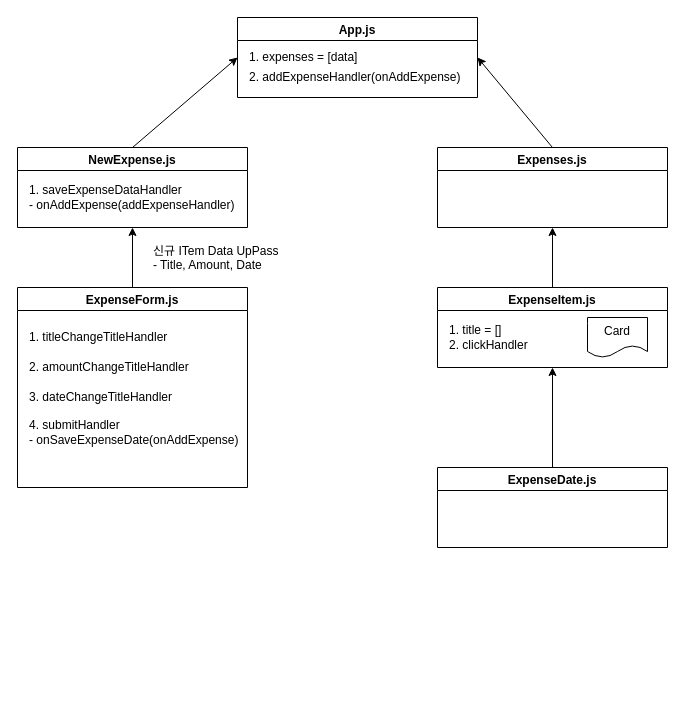
Before: Expense.drawio in Hwbsy-14sa/Expense_Chart_feat.udemyOnline, a draw.io diagram. Source tidied: cells renumbered, new cells numbered last; positions are measured from the earlier drawing's top-left corner, leaving out a move shared by most shapes. Both pictures are drawn from the tidied source at 100%, with x=0, y=0 at pixel (17, 17).
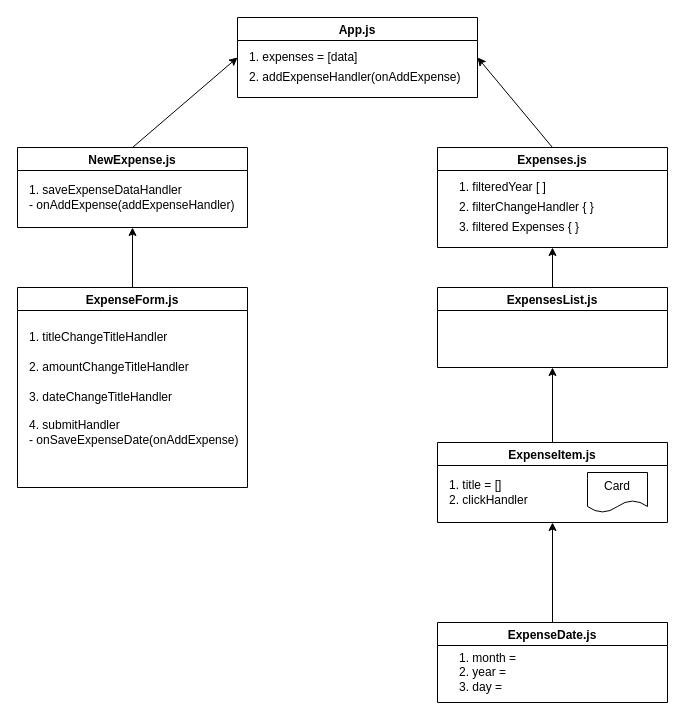
After the change.

Commit message (it also covers changes not shown here):
조건부 렌더링 New Add Expense 추가

What changed in the source:
```diff
@@
     <mxCell id="14" value="ExpenseItem.js" style="swimlane;" parent="1" vertex="1">
-      <mxGeometry x="420" y="270" width="230" height="80" as="geometry" />
+      <mxGeometry x="420" y="425" width="230" height="80" as="geometry" />
     </mxCell>
@@
     <mxCell id="17" value="Expenses.js" style="swimlane;" parent="1" vertex="1">
-      <mxGeometry x="420" y="130" width="230" height="80" as="geometry" />
+      <mxGeometry x="420" y="130" width="230" height="100" as="geometry" />
     </mxCell>
+    <mxCell id="23" value="2. filterChangeHandler { }" style="text;html=1;align=left;verticalAlign=middle;strokeColor=none;fillColor=none;" parent="17" vertex="1">
+      <mxGeometry x="20" y="50" width="150" height="20" as="geometry" />
+    </mxCell>
+    <mxCell id="24" value="3. filtered Expenses { }" style="text;html=1;align=left;verticalAlign=middle;strokeColor=none;fillColor=none;" parent="17" vertex="1">
+      <mxGeometry x="20" y="70" width="140" height="20" as="geometry" />
+    </mxCell>
+    <mxCell id="25" value="1. filteredYear [ ]" style="text;html=1;align=left;verticalAlign=middle;strokeColor=none;fillColor=none;" parent="17" vertex="1">
+      <mxGeometry x="20" y="30" width="100" height="20" as="geometry" />
+    </mxCell>
     <mxCell id="18" value="ExpenseDate.js" style="swimlane;" parent="1" vertex="1">
-      <mxGeometry x="420" y="450" width="230" height="80" as="geometry" />
+      <mxGeometry x="420" y="605" width="230" height="80" as="geometry" />
     </mxCell>
+    <mxCell id="26" value="1. month =&lt;br&gt;2. year =&lt;br&gt;3. day =" style="text;html=1;align=left;verticalAlign=middle;strokeColor=none;fillColor=none;" parent="18" vertex="1">
+      <mxGeometry x="20" y="25" width="70" height="50" as="geometry" />
+    </mxCell>
@@
-    <mxCell id="20" style="endArrow=classic;html=1;rounded=0;entryX=0.5;entryY=1;entryDx=0;entryDy=0;exitX=0.5;exitY=0;exitDx=0;exitDy=0;" parent="1" edge="1" source="14" target="17">
+    <mxCell id="20" style="endArrow=classic;html=1;rounded=0;exitX=0.5;exitY=0;exitDx=0;exitDy=0;entryX=0.5;entryY=1;entryDx=0;entryDy=0;" parent="1" edge="1" source="14" target="27">
       <mxGeometry relative="1" as="geometry" />
     </mxCell>
@@
-    <mxCell id="22" value="신규 ITem Data UpPass&#10;- Title, Amount, Date" style="text;strokeColor=none;fillColor=none;spacingLeft=4;spacingRight=4;overflow=hidden;fontSize=12;" parent="1" vertex="1">
-      <mxGeometry x="130" y="220" width="140" height="40" as="geometry" />
-    </mxCell>
+    <mxCell id="27" value="ExpensesList.js" style="swimlane;" parent="1" vertex="1">
+      <mxGeometry x="420" y="270" width="230" height="80" as="geometry" />
+    </mxCell>
+    <mxCell id="28" style="endArrow=classic;html=1;rounded=0;exitX=0.5;exitY=0;exitDx=0;exitDy=0;entryX=0.5;entryY=1;entryDx=0;entryDy=0;" parent="1" edge="1" source="27" target="17">
+      <mxGeometry relative="1" as="geometry" />
+    </mxCell>
```
